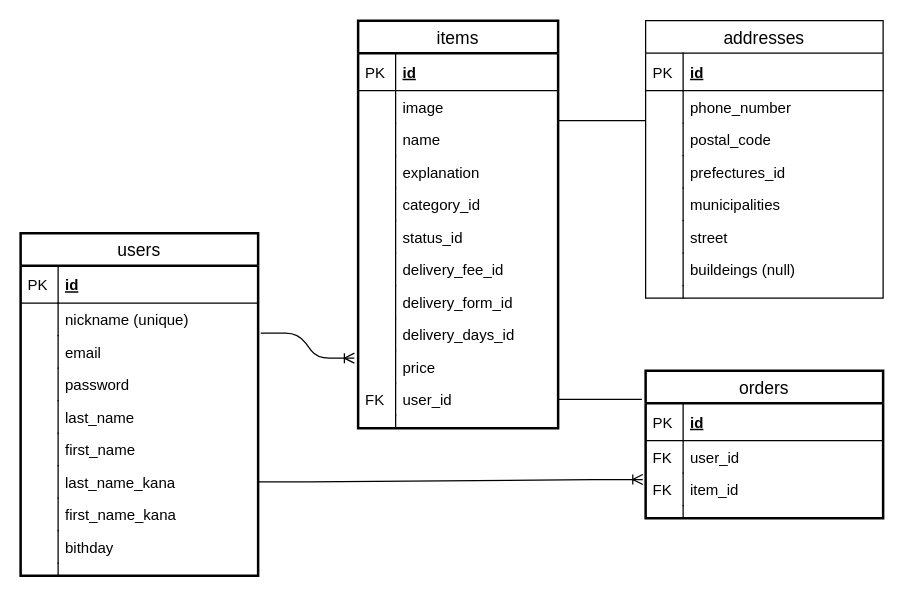
This is erd.drawio from madoca-git/furima_27808, a draw.io file, before an edit. Source tidied: cells renumbered, new cells numbered last; positions are measured from the earlier drawing's top-left corner, leaving out a move shared by most shapes. Both pictures are drawn from the tidied source at 125%, with x=0, y=0 at pixel (20, 20).
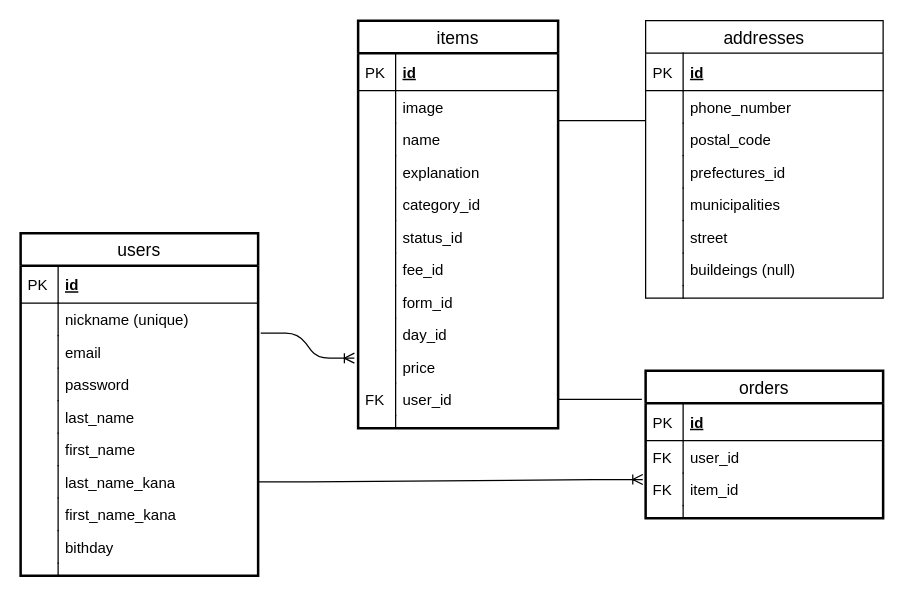
The same diagram, later.

The change refers to these unchanged cells:
```xml
<mxCell id="5" value="items" style="swimlane;fontStyle=0;horizontal=1;startSize=26;align=center;fontSize=14;strokeWidth=2;" parent="1" vertex="1">
  <mxGeometry x="270" width="160" height="326" as="geometry" />
</mxCell>
```

Change to the diagram source:
```diff
@@
-    <mxCell id="18" value="delivery_fee_id" style="shape=partialRectangle;top=0;left=0;right=0;bottom=0;align=left;verticalAlign=top;fillColor=none;spacingLeft=34;spacingRight=4;overflow=hidden;fontSize=12;" parent="5" vertex="1">
+    <mxCell id="18" value="fee_id" style="shape=partialRectangle;top=0;left=0;right=0;bottom=0;align=left;verticalAlign=top;fillColor=none;spacingLeft=34;spacingRight=4;overflow=hidden;fontSize=12;" parent="5" vertex="1">
       <mxGeometry y="186" width="160" height="26" as="geometry" />
     </mxCell>
@@
-    <mxCell id="20" value="delivery_form_id" style="shape=partialRectangle;top=0;left=0;right=0;bottom=0;align=left;verticalAlign=top;fillColor=none;spacingLeft=34;spacingRight=4;overflow=hidden;fontSize=12;" parent="5" vertex="1">
+    <mxCell id="20" value="form_id" style="shape=partialRectangle;top=0;left=0;right=0;bottom=0;align=left;verticalAlign=top;fillColor=none;spacingLeft=34;spacingRight=4;overflow=hidden;fontSize=12;" parent="5" vertex="1">
       <mxGeometry y="212" width="160" height="26" as="geometry" />
     </mxCell>
@@
-    <mxCell id="22" value="delivery_days_id" style="shape=partialRectangle;top=0;left=0;right=0;bottom=0;align=left;verticalAlign=top;fillColor=none;spacingLeft=34;spacingRight=4;overflow=hidden;fontSize=12;" parent="5" vertex="1">
+    <mxCell id="22" value="day_id" style="shape=partialRectangle;top=0;left=0;right=0;bottom=0;align=left;verticalAlign=top;fillColor=none;spacingLeft=34;spacingRight=4;overflow=hidden;fontSize=12;" parent="5" vertex="1">
       <mxGeometry y="238" width="160" height="26" as="geometry" />
     </mxCell>
```
